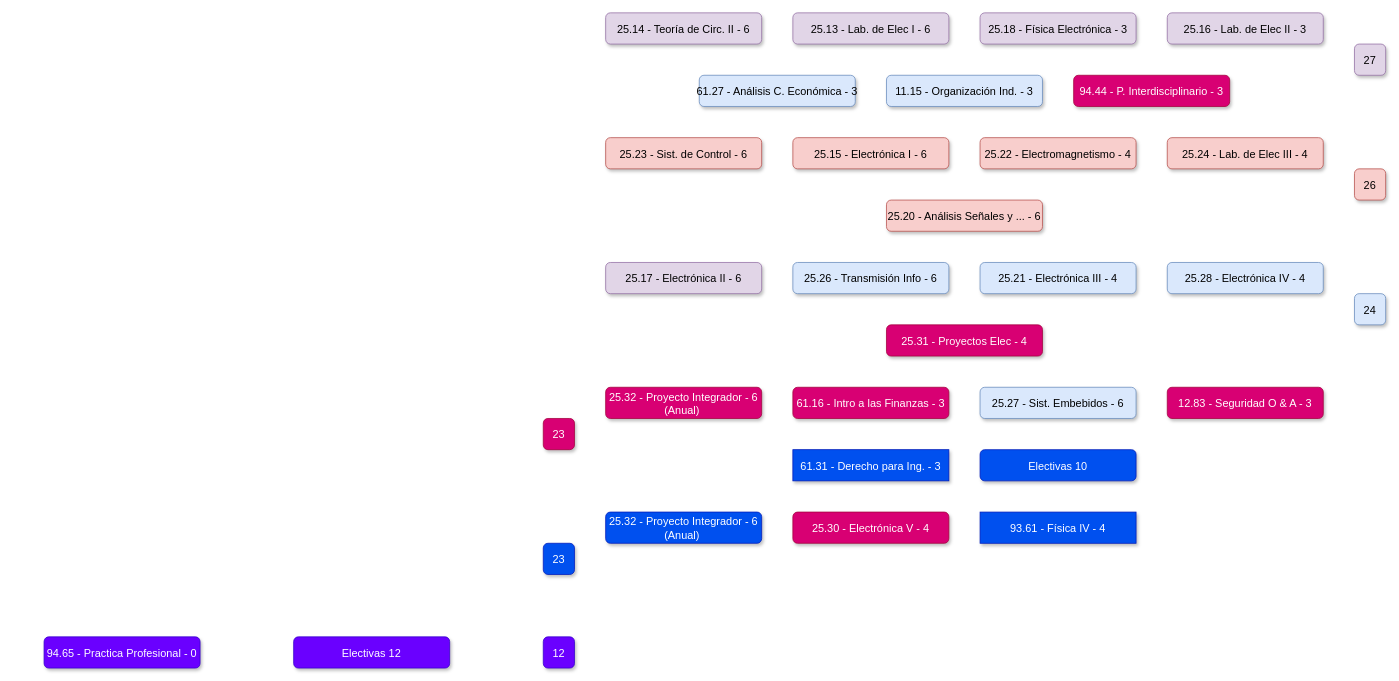
The draw.io diagram Diagrama sin título.drawio in juanipla/K22, before the edit. Source tidied: cells renumbered, new cells numbered last; positions are measured from the earlier drawing's top-left corner, leaving out a move shared by most shapes. Both pictures are drawn from the tidied source at 78%, with x=0, y=0 at pixel (44, 12).
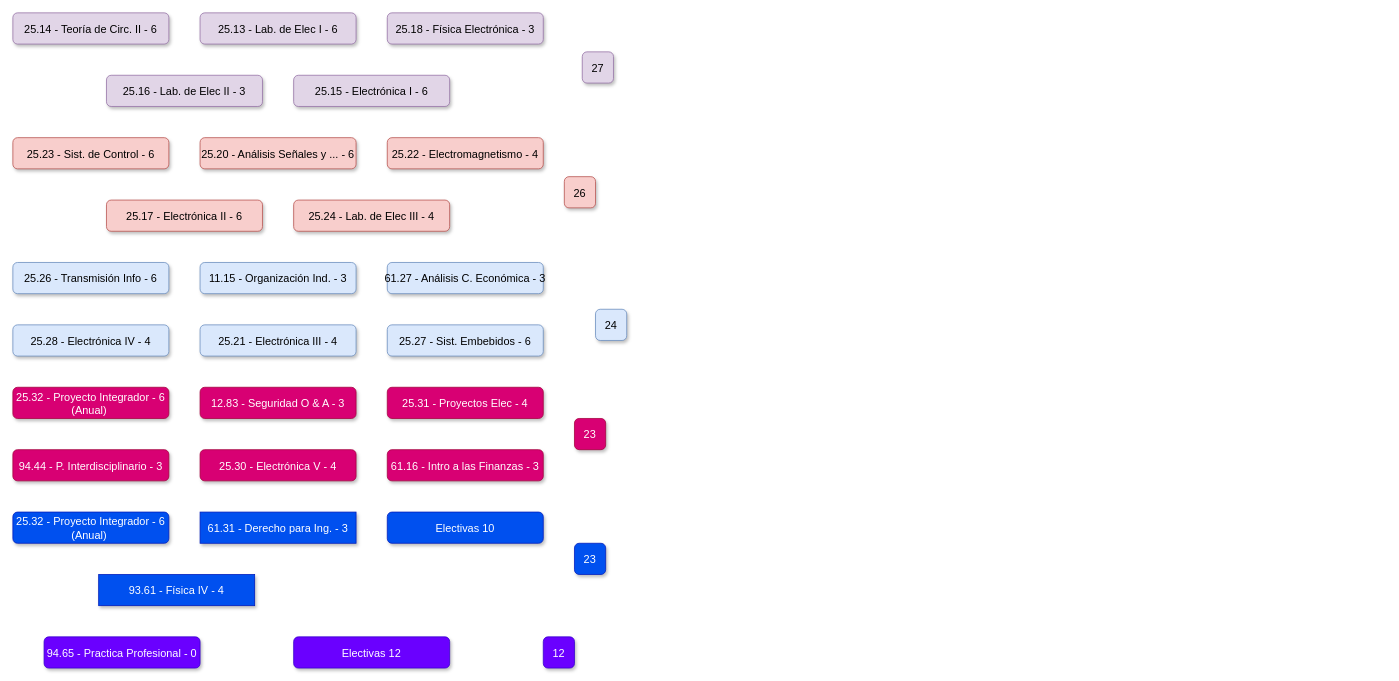
After the change.

What changed in the source:
```diff
@@
     <mxCell id="2" value="25.18 - Física Electrónica - 3" style="rounded=1;fillColor=#e1d5e7;strokeColor=#9673a6;shadow=1;fontStyle=0;fontSize=14;labelBorderColor=none;labelBackgroundColor=none;verticalAlign=middle;" parent="1" vertex="1">
-      <mxGeometry x="1200" width="200" height="40" as="geometry" />
+      <mxGeometry x="440" width="200" height="40" as="geometry" />
     </mxCell>
     <mxCell id="3" value="25.13 - Lab. de Elec I - 6" style="rounded=1;fillColor=#e1d5e7;strokeColor=#9673a6;shadow=1;fontStyle=0;fontSize=14;labelBorderColor=none;labelBackgroundColor=none;" parent="1" vertex="1">
-      <mxGeometry x="960" width="200" height="40" as="geometry" />
+      <mxGeometry x="200" width="200" height="40" as="geometry" />
     </mxCell>
     <mxCell id="4" value="25.14 - Teoría de Circ. II - 6" style="rounded=1;fillColor=#e1d5e7;strokeColor=#9673a6;shadow=1;fontStyle=0;fontSize=14;labelBorderColor=none;labelBackgroundColor=none;" parent="1" vertex="1">
-      <mxGeometry x="720" width="200" height="40" as="geometry" />
+      <mxGeometry x="-40" width="200" height="40" as="geometry" />
     </mxCell>
     <mxCell id="5" value="25.16 - Lab. de Elec II - 3" style="rounded=1;fillColor=#e1d5e7;strokeColor=#9673a6;shadow=1;fontStyle=0;fontSize=14;labelBorderColor=none;labelBackgroundColor=none;verticalAlign=middle;" parent="1" vertex="1">
-      <mxGeometry x="1440" width="200" height="40" as="geometry" />
+      <mxGeometry x="80" y="80" width="200" height="40" as="geometry" />
     </mxCell>
-    <mxCell id="6" value="25.17 - Electrónica II - 6" style="rounded=1;fillColor=#e1d5e7;strokeColor=#9673a6;shadow=1;fontStyle=0;fontSize=14;labelBorderColor=none;labelBackgroundColor=none;verticalAlign=middle;" parent="1" vertex="1">
-      <mxGeometry x="720" y="320" width="200" height="40" as="geometry" />
+    <mxCell id="6" value="25.17 - Electrónica II - 6" style="rounded=1;fillColor=#f8cecc;strokeColor=#b85450;shadow=1;fontStyle=0;fontSize=14;labelBorderColor=none;labelBackgroundColor=none;verticalAlign=middle;" parent="1" vertex="1">
+      <mxGeometry x="80" y="240" width="200" height="40" as="geometry" />
     </mxCell>
     <mxCell id="7" value="27" style="rounded=1;fillColor=#e1d5e7;strokeColor=#9673a6;shadow=1;fontStyle=0;fontSize=14;labelBorderColor=none;labelBackgroundColor=none;verticalAlign=middle;" parent="1" vertex="1">
-      <mxGeometry x="1680" y="40" width="40" height="40" as="geometry" />
+      <mxGeometry x="690" y="50" width="40" height="40" as="geometry" />
     </mxCell>
-    <mxCell id="8" value="25.15 - Electrónica I - 6" style="rounded=1;fillColor=#f8cecc;strokeColor=#b85450;shadow=1;fontStyle=0;fontSize=14;labelBorderColor=none;labelBackgroundColor=none;" parent="1" vertex="1">
-      <mxGeometry x="960" y="160" width="200" height="40" as="geometry" />
+    <mxCell id="8" value="25.15 - Electrónica I - 6" style="rounded=1;fillColor=#e1d5e7;strokeColor=#9673a6;shadow=1;fontStyle=0;fontSize=14;labelBorderColor=none;labelBackgroundColor=none;" parent="1" vertex="1">
+      <mxGeometry x="320" y="80" width="200" height="40" as="geometry" />
     </mxCell>
     <mxCell id="9" value="25.24 - Lab. de Elec III - 4" style="rounded=1;fillColor=#f8cecc;strokeColor=#b85450;shadow=1;fontStyle=0;fontSize=14;labelBorderColor=none;labelBackgroundColor=none;verticalAlign=middle;" parent="1" vertex="1">
-      <mxGeometry x="1440" y="160" width="200" height="40" as="geometry" />
+      <mxGeometry x="320" y="240" width="200" height="40" as="geometry" />
     </mxCell>
     <mxCell id="10" value="25.23 - Sist. de Control - 6" style="rounded=1;fillColor=#f8cecc;strokeColor=#b85450;shadow=1;fontStyle=0;fontSize=14;labelBorderColor=none;labelBackgroundColor=none;verticalAlign=middle;" parent="1" vertex="1">
-      <mxGeometry x="720" y="160" width="200" height="40" as="geometry" />
+      <mxGeometry x="-40" y="160" width="200" height="40" as="geometry" />
     </mxCell>
     <mxCell id="11" value="25.20 - Análisis Señales y ... - 6" style="rounded=1;fillColor=#f8cecc;strokeColor=#b85450;shadow=1;fontStyle=0;fontSize=14;labelBorderColor=none;labelBackgroundColor=none;" parent="1" vertex="1">
-      <mxGeometry x="1080" y="240" width="200" height="40" as="geometry" />
+      <mxGeometry x="200" y="160" width="200" height="40" as="geometry" />
     </mxCell>
     <mxCell id="12" value="25.22 - Electromagnetismo - 4" style="rounded=1;fillColor=#f8cecc;strokeColor=#b85450;shadow=1;fontStyle=0;fontSize=14;labelBorderColor=none;labelBackgroundColor=none;verticalAlign=middle;" parent="1" vertex="1">
-      <mxGeometry x="1200" y="160" width="200" height="40" as="geometry" />
+      <mxGeometry x="440" y="160" width="200" height="40" as="geometry" />
     </mxCell>
     <mxCell id="13" value="26" style="rounded=1;fillColor=#f8cecc;strokeColor=#b85450;shadow=1;fontStyle=0;fontSize=14;labelBorderColor=none;labelBackgroundColor=none;verticalAlign=middle;" parent="1" vertex="1">
-      <mxGeometry x="1680" y="200" width="40" height="40" as="geometry" />
+      <mxGeometry x="667" y="210" width="40" height="40" as="geometry" />
     </mxCell>
     <mxCell id="14" value="25.21 - Electrónica III - 4" style="rounded=1;fillColor=#dae8fc;strokeColor=#6c8ebf;shadow=1;fontStyle=0;fontSize=14;labelBorderColor=none;labelBackgroundColor=none;" parent="1" vertex="1">
-      <mxGeometry x="1200" y="320" width="200" height="40" as="geometry" />
+      <mxGeometry x="200" y="400" width="200" height="40" as="geometry" />
     </mxCell>
     <mxCell id="15" value="25.27 - Sist. Embebidos - 6" style="rounded=1;fillColor=#dae8fc;strokeColor=#6c8ebf;shadow=1;fontStyle=0;fontSize=14;labelBorderColor=none;labelBackgroundColor=none;" parent="1" vertex="1">
-      <mxGeometry x="1200" y="480" width="200" height="40" as="geometry" />
+      <mxGeometry x="440" y="400" width="200" height="40" as="geometry" />
     </mxCell>
     <mxCell id="16" value="25.26 - Transmisión Info - 6" style="rounded=1;fillColor=#dae8fc;strokeColor=#6c8ebf;shadow=1;fontStyle=0;fontSize=14;labelBorderColor=none;labelBackgroundColor=none;" parent="1" vertex="1">
-      <mxGeometry x="960" y="320" width="200" height="40" as="geometry" />
+      <mxGeometry x="-40" y="320" width="200" height="40" as="geometry" />
     </mxCell>
     <mxCell id="17" value="61.27 - Análisis C. Económica - 3" style="rounded=1;fillColor=#dae8fc;strokeColor=#6c8ebf;shadow=1;fontStyle=0;fontSize=14;labelBorderColor=none;labelBackgroundColor=none;verticalAlign=middle;" parent="1" vertex="1">
-      <mxGeometry x="840" y="80" width="200" height="40" as="geometry" />
+      <mxGeometry x="440" y="320" width="200" height="40" as="geometry" />
     </mxCell>
     <mxCell id="18" value="11.15 - Organización Ind. - 3" style="rounded=1;fillColor=#dae8fc;strokeColor=#6c8ebf;shadow=1;fontStyle=0;fontSize=14;labelBorderColor=none;labelBackgroundColor=none;verticalAlign=middle;" parent="1" vertex="1">
-      <mxGeometry x="1080" y="80" width="200" height="40" as="geometry" />
+      <mxGeometry x="200" y="320" width="200" height="40" as="geometry" />
     </mxCell>
     <mxCell id="19" value="25.28 - Electrónica IV - 4" style="rounded=1;fillColor=#dae8fc;strokeColor=#6c8ebf;shadow=1;fontStyle=0;fontSize=14;labelBorderColor=none;labelBackgroundColor=none;verticalAlign=middle;" parent="1" vertex="1">
-      <mxGeometry x="1440" y="320" width="200" height="40" as="geometry" />
+      <mxGeometry x="-40" y="400" width="200" height="40" as="geometry" />
     </mxCell>
     <mxCell id="20" value="24" style="rounded=1;fillColor=#dae8fc;strokeColor=#6c8ebf;shadow=1;fontStyle=0;fontSize=14;labelBorderColor=none;labelBackgroundColor=none;verticalAlign=middle;" parent="1" vertex="1">
-      <mxGeometry x="1680" y="360" width="40" height="40" as="geometry" />
+      <mxGeometry x="707" y="380" width="40" height="40" as="geometry" />
     </mxCell>
     <mxCell id="21" value="94.44 - P. Interdisciplinario - 3" style="rounded=1;fillColor=#d80073;strokeColor=#A50040;shadow=1;fontStyle=0;fontSize=14;labelBorderColor=none;labelBackgroundColor=none;verticalAlign=middle;fontColor=#ffffff;" parent="1" vertex="1">
-      <mxGeometry x="1320" y="80" width="200" height="40" as="geometry" />
+      <mxGeometry x="-40" y="560" width="200" height="40" as="geometry" />
     </mxCell>
     <mxCell id="22" value="25.32 - Proyecto Integrador - 6&#10;(Anual) " style="rounded=1;fillColor=#d80073;strokeColor=#A50040;shadow=1;fontStyle=0;fontSize=14;labelBorderColor=none;labelBackgroundColor=none;fontColor=#ffffff;" parent="1" vertex="1">
-      <mxGeometry x="720" y="480" width="200" height="40" as="geometry" />
+      <mxGeometry x="-40" y="480" width="200" height="40" as="geometry" />
     </mxCell>
     <mxCell id="23" value="61.16 - Intro a las Finanzas - 3" style="rounded=1;fillColor=#d80073;strokeColor=#A50040;shadow=1;fontStyle=0;fontSize=14;labelBorderColor=none;labelBackgroundColor=none;verticalAlign=middle;fontColor=#ffffff;" parent="1" vertex="1">
-      <mxGeometry x="960" y="480" width="200" height="40" as="geometry" />
+      <mxGeometry x="440" y="560" width="200" height="40" as="geometry" />
     </mxCell>
     <mxCell id="24" value="25.31 - Proyectos Elec - 4" style="rounded=1;fillColor=#d80073;strokeColor=#A50040;shadow=1;fontStyle=0;fontSize=14;fontColor=#ffffff;labelBorderColor=none;labelBackgroundColor=none;verticalAlign=middle;" parent="1" vertex="1">
-      <mxGeometry x="1080" y="400" width="200" height="40" as="geometry" />
+      <mxGeometry x="440" y="480" width="200" height="40" as="geometry" />
     </mxCell>
     <mxCell id="25" value="25.30 - Electrónica V - 4" style="rounded=1;fillColor=#d80073;strokeColor=#A50040;shadow=1;fontStyle=0;fontSize=14;fontColor=#ffffff;labelBorderColor=none;labelBackgroundColor=none;" parent="1" vertex="1">
-      <mxGeometry x="960" y="640" width="200" height="40" as="geometry" />
+      <mxGeometry x="200" y="560" width="200" height="40" as="geometry" />
     </mxCell>
     <mxCell id="26" value="12.83 - Seguridad O &amp; A - 3" style="rounded=1;fillColor=#d80073;strokeColor=#A50040;shadow=1;fontStyle=0;fontSize=14;labelBorderColor=none;labelBackgroundColor=none;verticalAlign=middle;fontColor=#ffffff;" parent="1" vertex="1">
-      <mxGeometry x="1440" y="480" width="200" height="40" as="geometry" />
+      <mxGeometry x="200" y="480" width="200" height="40" as="geometry" />
     </mxCell>
@@
     <mxCell id="28" value="23" style="rounded=1;fillColor=#d80073;strokeColor=#A50040;shadow=1;fontStyle=0;fontSize=14;labelBorderColor=none;labelBackgroundColor=none;verticalAlign=middle;fontColor=#ffffff;" parent="1" vertex="1">
-      <mxGeometry x="640" y="520" width="40" height="40" as="geometry" />
+      <mxGeometry x="680" y="520" width="40" height="40" as="geometry" />
     </mxCell>
     <mxCell id="29" value="61.31 - Derecho para Ing. - 3" style="rounded=1;fillColor=#0050ef;strokeColor=#001DBC;shadow=1;fontStyle=0;fontSize=14;labelBorderColor=none;labelBackgroundColor=none;fontColor=#ffffff;arcSize=0;" parent="1" vertex="1">
-      <mxGeometry x="960" y="560" width="200" height="40" as="geometry" />
+      <mxGeometry x="200" y="640" width="200" height="40" as="geometry" />
     </mxCell>
     <mxCell id="30" value="25.32 - Proyecto Integrador - 6&#10;(Anual) " style="rounded=1;fillColor=#0050ef;strokeColor=#001DBC;shadow=1;fontStyle=0;fontSize=14;labelBorderColor=none;labelBackgroundColor=none;fontColor=#ffffff;" parent="1" vertex="1">
-      <mxGeometry x="720" y="640" width="200" height="40" as="geometry" />
+      <mxGeometry x="-40" y="640" width="200" height="40" as="geometry" />
     </mxCell>
@@
     <mxCell id="32" value="Electivas 10" style="rounded=1;fillColor=#0050ef;strokeColor=#001DBC;shadow=1;fontStyle=0;fontSize=14;labelBorderColor=none;labelBackgroundColor=none;verticalAlign=middle;fontColor=#ffffff;" parent="1" vertex="1">
-      <mxGeometry x="1200" y="560" width="200" height="40" as="geometry" />
+      <mxGeometry x="440" y="640" width="200" height="40" as="geometry" />
     </mxCell>
     <mxCell id="33" value="93.61 - Física IV - 4" style="rounded=1;fillColor=#0050ef;strokeColor=#001DBC;shadow=1;fontStyle=0;fontSize=14;labelBorderColor=none;labelBackgroundColor=none;verticalAlign=middle;fontColor=#ffffff;arcSize=0;" parent="1" vertex="1">
-      <mxGeometry x="1200" y="640" width="200" height="40" as="geometry" />
+      <mxGeometry x="70" y="720" width="200" height="40" as="geometry" />
     </mxCell>
@@
     <mxCell id="35" value="23" style="rounded=1;fillColor=#0050ef;strokeColor=#001DBC;shadow=1;fontStyle=0;fontSize=14;labelBorderColor=none;labelBackgroundColor=none;verticalAlign=middle;fontColor=#ffffff;" parent="1" vertex="1">
-      <mxGeometry x="640" y="680" width="40" height="40" as="geometry" />
+      <mxGeometry x="680" y="680" width="40" height="40" as="geometry" />
     </mxCell>
```
